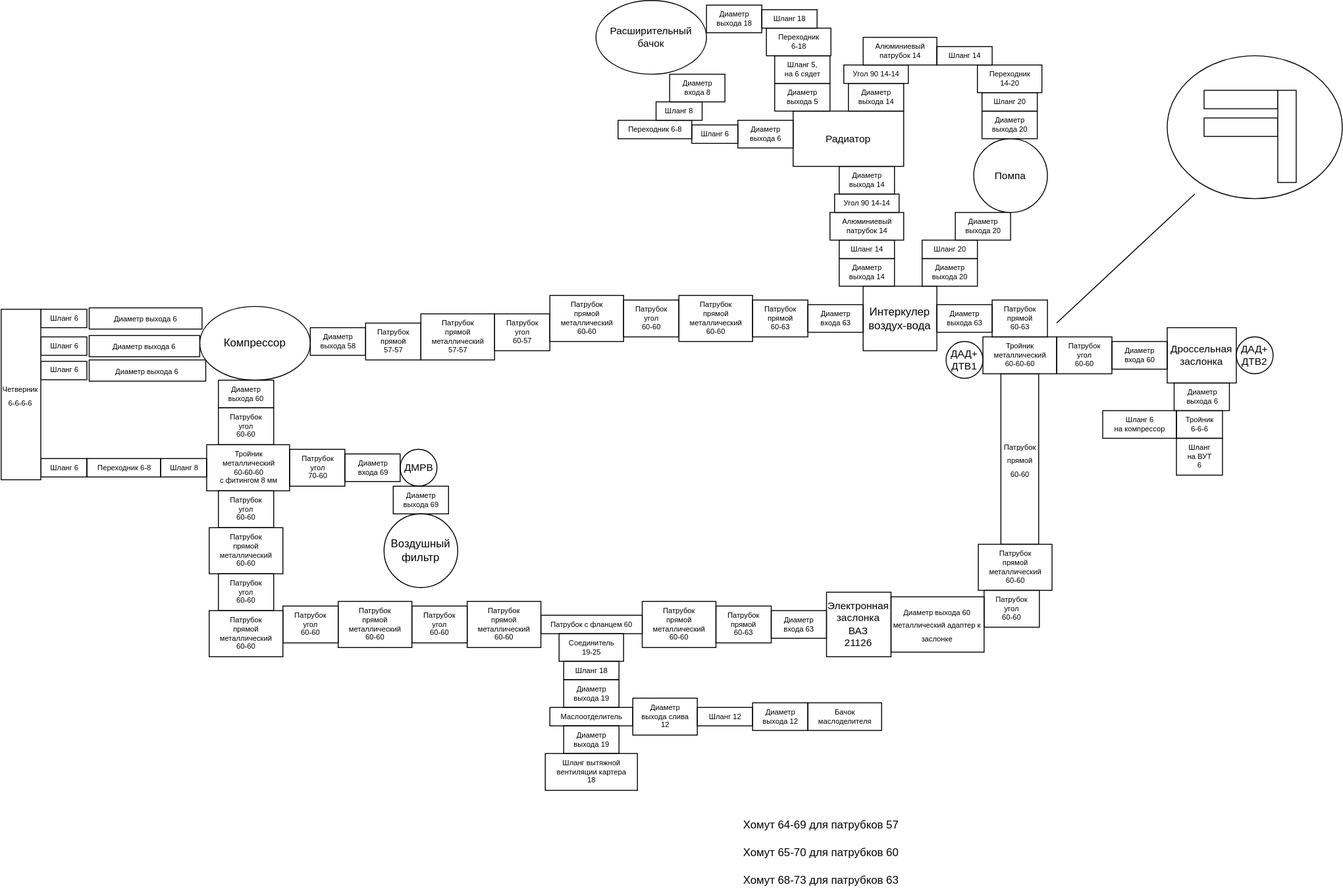
Earlier version of the draw.io export pipes_scheme.drawio.svg (kak-tus/compressor). Source tidied: cells renumbered, new cells last; positions are measured from the earlier drawing's top-left corner, leaving out a move shared by most shapes.
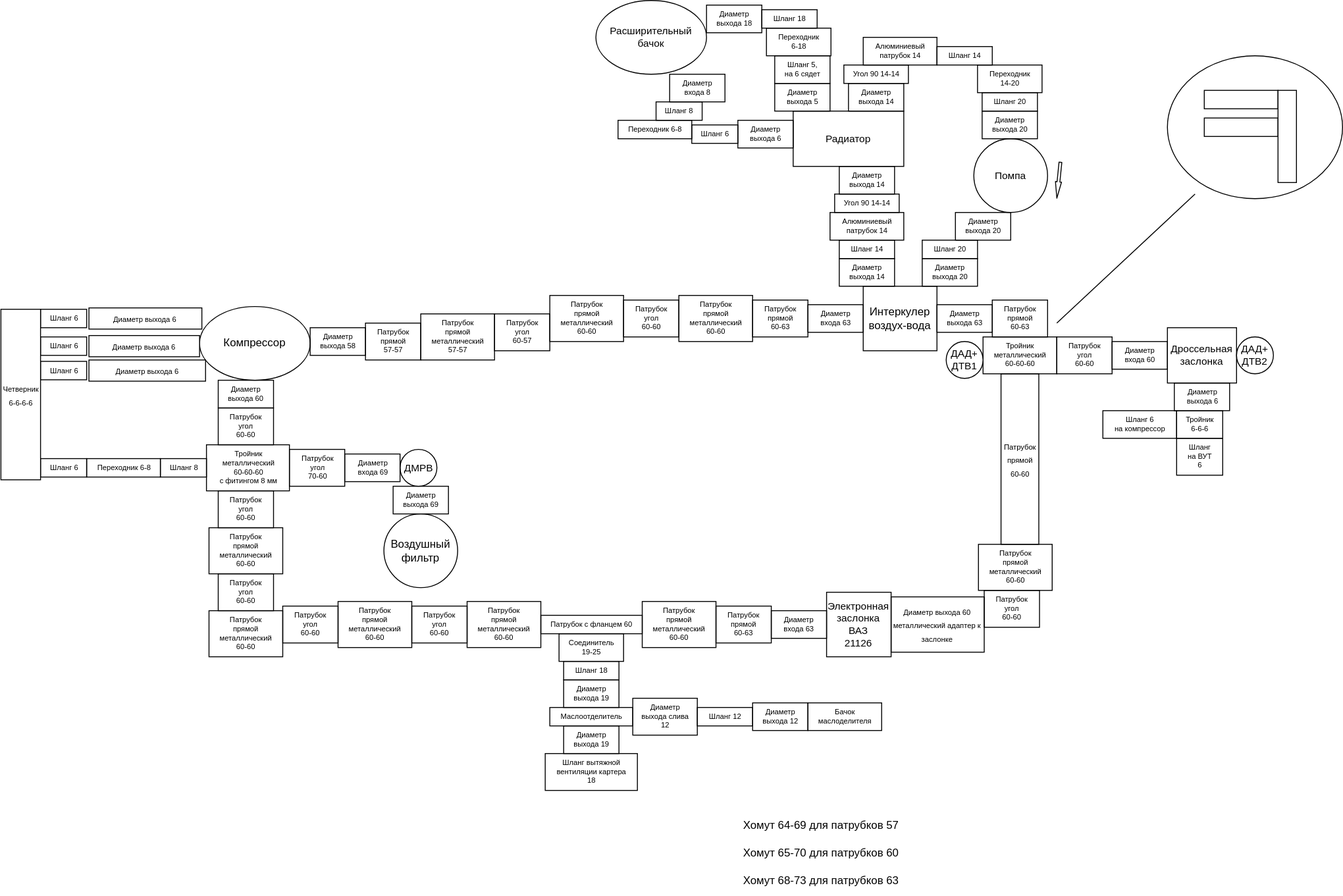
Above is the later version.

Commit message:
Flow on pipes to coreectly pump connect.

The edit, as a diff of the source:
```diff
@@ -320,5 +320,11 @@
     <mxCell id="106" value="Переходник 6-8" style="text;html=1;align=center;verticalAlign=middle;strokeColor=default;fillColor=none;fontSize=8;" parent="1" vertex="1">
       <mxGeometry x="670" y="130" width="80" height="20" as="geometry" />
     </mxCell>
+    <mxCell id="107" style="shape=flexArrow;endArrow=classic;html=1;endWidth=2.5428784489187173;endSize=5.6013422818791945;width=3.0555555555555554;" parent="1" edge="1">
+      <mxGeometry relative="1" as="geometry">
+        <mxPoint x="1150" y="175" as="sourcePoint" />
+        <mxPoint x="1146" y="215" as="targetPoint" />
+      </mxGeometry>
+    </mxCell>
   </root>
 </mxGraphModel>
```
